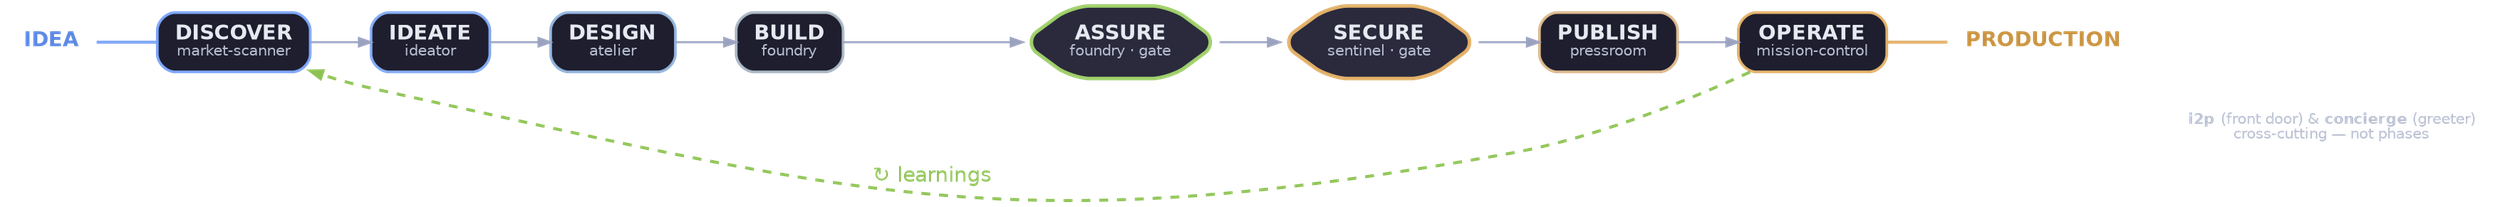
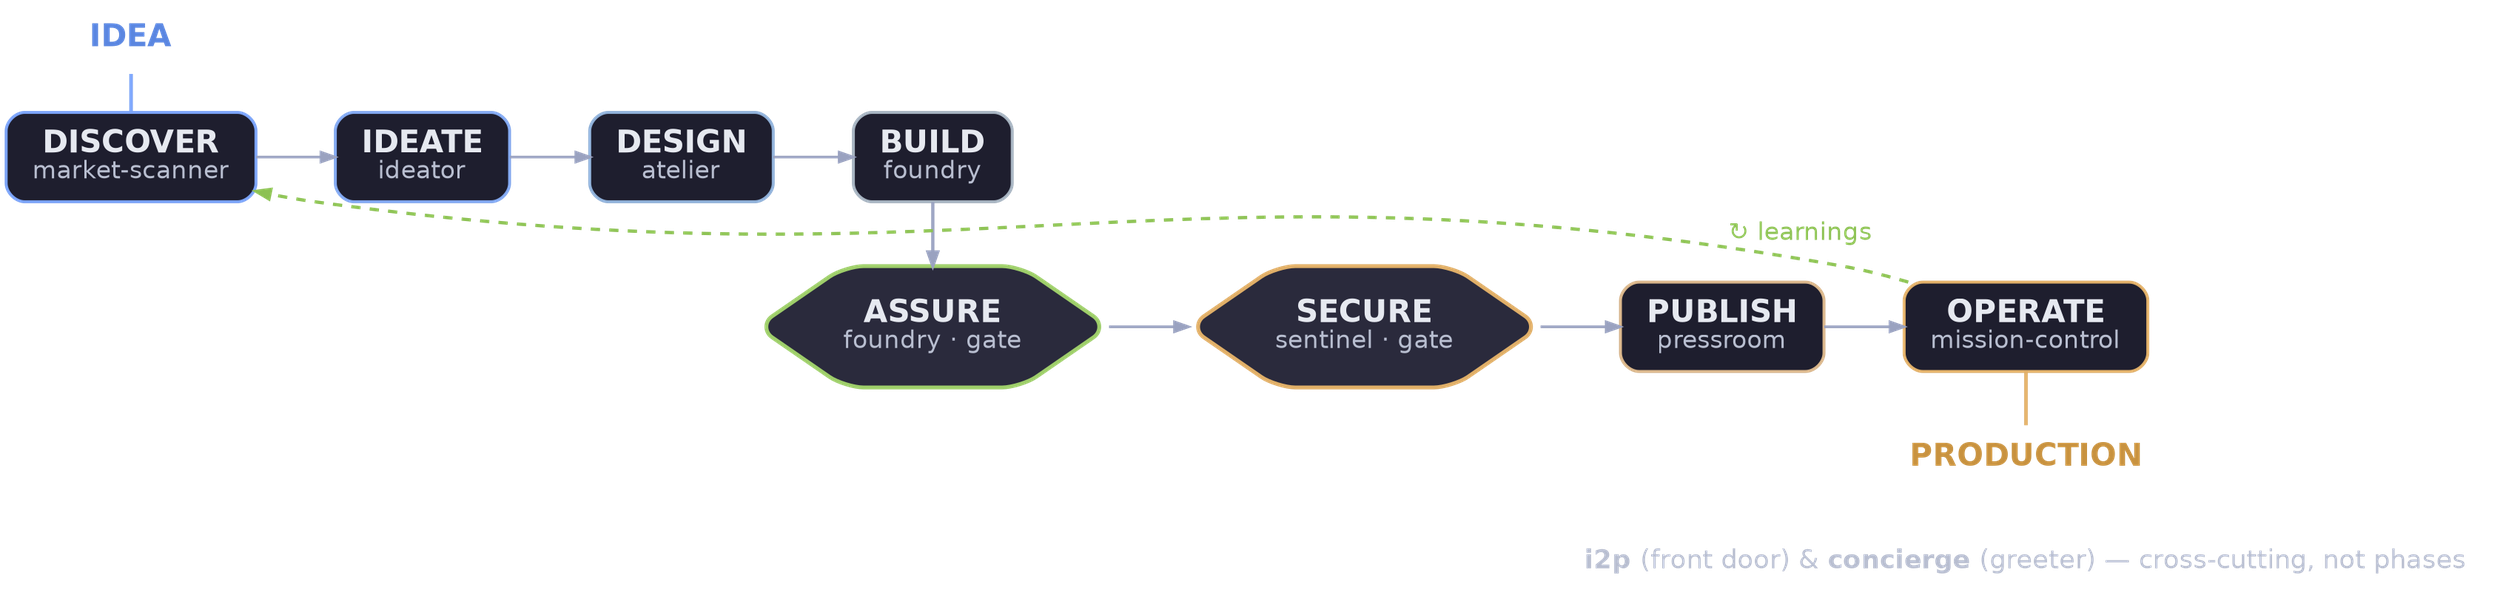
digraph ValueFlow {
  bgcolor="transparent"
-   rankdir=LR
-   nodesep=0.30
-   ranksep=0.55
+   rankdir=TB
+   nodesep=0.36
+   ranksep=0.34
  splines=true

  node [shape=box, style="filled,rounded", fillcolor="#1e1e2e",
        color="#9aa2c0", fontcolor="#e6e9f0", fontname="DejaVu Sans",
-         penwidth=1.8, margin="0.16,0.11"]
+         fontsize=20, penwidth=1.9, margin="0.24,0.15"]
  edge [color="#9aa2c0", fontcolor="#b8bed0", fontname="DejaVu Sans",
-         penwidth=1.4, arrowsize=0.8]
+         fontsize=16, penwidth=1.7, arrowsize=0.9]

-   // ---- IDEA / PRODUCTION end caps (dim, not phases) ----
-   // Bold end-cap text so the accent fills clear 3:1 on a WHITE ground
-   // (thin plaintext was borderline; weight adds the contrast margin).
  idea [label=<<b>IDEA</b>>, shape=plaintext, style="", fontcolor="#5a86e0",
-         fontname="DejaVu Sans", penwidth=0]
+         fontname="DejaVu Sans", fontsize=20, penwidth=0]
  prod [label=<<b>PRODUCTION</b>>, shape=plaintext, style="", fontcolor="#c8923f",
-         fontname="DejaVu Sans", penwidth=0]
+         fontname="DejaVu Sans", fontsize=20, penwidth=0]

-   // ---- Eight phase nodes (cool -> warm border ramp) ----
-   // ordinary stages: rounded boxes. Gates (ASSURE/SECURE): hexagons w/ accent borders.
-   discover [label=<<b>DISCOVER</b><br/><font color="#b8bed0" point-size="10">market-scanner</font>>, color="#7aa2f7"]
-   ideate   [label=<<b>IDEATE</b><br/><font color="#b8bed0" point-size="10">ideator</font>>,        color="#82a8f0"]
-   design   [label=<<b>DESIGN</b><br/><font color="#b8bed0" point-size="10">atelier</font>>,         color="#8fb0d8"]
-   build    [label=<<b>BUILD</b><br/><font color="#b8bed0" point-size="10">foundry</font>>,          color="#a6b3c0"]
+   discover [label=<<b>DISCOVER</b><br/><font color="#b8bed0" point-size="16">market-scanner</font>>, color="#7aa2f7"]
+   ideate   [label=<<b>IDEATE</b><br/><font color="#b8bed0" point-size="16">ideator</font>>,        color="#82a8f0"]
+   design   [label=<<b>DESIGN</b><br/><font color="#b8bed0" point-size="16">atelier</font>>,         color="#8fb0d8"]
+   build    [label=<<b>BUILD</b><br/><font color="#b8bed0" point-size="16">foundry</font>>,          color="#a6b3c0"]

-   assure [label=<<b>ASSURE</b><br/><font color="#b8bed0" point-size="10">foundry &middot; gate</font>>,
-           shape=hexagon, fillcolor="#2a2a3c", color="#9ece6a", penwidth=2.4, margin="0.08,0.04"]
-   secure [label=<<b>SECURE</b><br/><font color="#b8bed0" point-size="10">sentinel &middot; gate</font>>,
-           shape=hexagon, fillcolor="#2a2a3c", color="#e0af68", penwidth=2.4, margin="0.08,0.04"]
+   assure [label=<<b>ASSURE</b><br/><font color="#b8bed0" point-size="16">foundry &middot; gate</font>>,
+           shape=hexagon, fillcolor="#2a2a3c", color="#9ece6a", penwidth=2.5, margin="0.16,0.08"]
+   secure [label=<<b>SECURE</b><br/><font color="#b8bed0" point-size="16">sentinel &middot; gate</font>>,
+           shape=hexagon, fillcolor="#2a2a3c", color="#e0af68", penwidth=2.5, margin="0.16,0.08"]

-   publish  [label=<<b>PUBLISH</b><br/><font color="#b8bed0" point-size="10">pressroom</font>>,       color="#d8b58a"]
-   operate  [label=<<b>OPERATE</b><br/><font color="#b8bed0" point-size="10">mission-control</font>>, color="#e0af68"]
+   publish  [label=<<b>PUBLISH</b><br/><font color="#b8bed0" point-size="16">pressroom</font>>,       color="#d8b58a"]
+   operate  [label=<<b>OPERATE</b><br/><font color="#b8bed0" point-size="16">mission-control</font>>, color="#e0af68"]

-   // ---- spine ----
-   // Heavy edge weight keeps the eight phases on one straight horizontal
-   // baseline; the constraint=false return edge below can no longer nudge
-   // ranks, so the warm gate-row sits flush with the cool chain (no jog).
-   idea -> discover [color="#7aa2f7", arrowhead=none, penwidth=2.0, weight=100]
+   // top row = 4 phases; bottom row = 4 phases (each ~half the original width)
+   { rank=same; discover; ideate; design; build }
+   { rank=same; assure; secure; publish; operate }
+ 
+   // IDEA sits above DISCOVER; PRODUCTION below OPERATE — vertical end-caps, off the rows
+   idea -> discover [color="#7aa2f7", arrowhead=none, penwidth=2.3]
+   operate -> prod [color="#e0af68", arrowhead=none, penwidth=2.3]
+ 
  discover -> ideate [weight=100]
  ideate   -> design  [weight=100]
  design   -> build   [weight=100]
-   build    -> assure  [weight=100]
+ 
  assure   -> secure  [weight=100]
  secure   -> publish [weight=100]
  publish  -> operate [weight=100]
-   operate  -> prod [color="#e0af68", arrowhead=none, penwidth=2.0, weight=100]

-   // ---- cyclic return: OPERATE loops learnings back to DISCOVER ----
+   // wrap connector BUILD -> ASSURE between the two rows
+   build -> assure [weight=1, color="#9aa2c0", penwidth=2.1]
+ 
+   // cyclic return OPERATE -> DISCOVER
  operate -> discover [constraint=false, style=dashed, color="#8cc153",
-                        fontcolor="#8cc153", penwidth=2.0,
+                        fontcolor="#8cc153", penwidth=2.1, fontsize=16,
                       label="&#8635; learnings", labelfloat=false]

-   // ---- meta note: i2p + concierge are cross-cutting, not phases ----
-   // Borderless dim aside/caption, not a 9th phase node.
+   // meta caption beneath, on its own rank, legible
  meta [shape=plaintext, style="", penwidth=0,
-         fontcolor="#b8bed0", margin="0.16,0.11",
-         label=<<font point-size="10"><b>i2p</b> (front door) &amp; <b>concierge</b> (greeter)<br/>cross-cutting &mdash; not phases</font>>]
-   { rank=sink; meta }
-   build -> meta [style=invis]
+         fontcolor="#b8bed0", margin="0.24,0.15",
+         label=<<font point-size="17"><b>i2p</b> (front door) &amp; <b>concierge</b> (greeter) &mdash; cross-cutting, not phases</font>>]
+   prod -> meta [style=invis]
}
